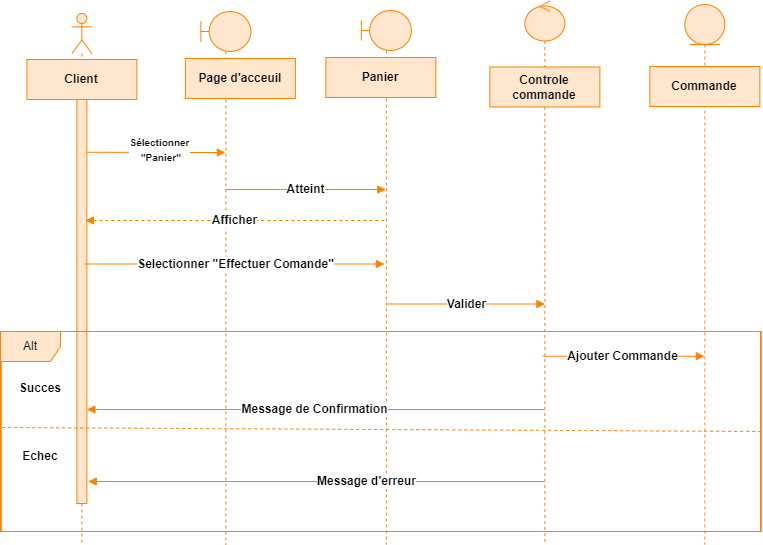
Before: images/Effectuer une commande d.png, a diagram exported from draw.io (alizhassane/pfe). Source tidied: cells renumbered, new cells last; positions are measured from the earlier drawing's top-left corner, leaving out a move shared by most shapes.
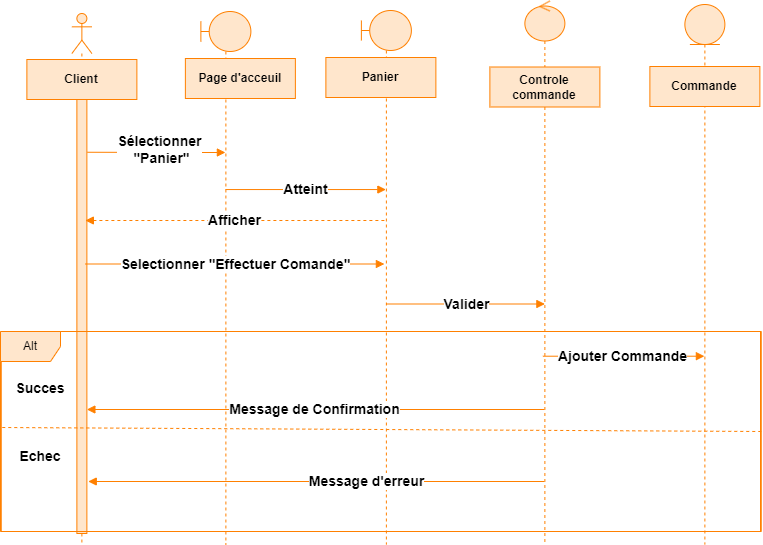
The same diagram one commit later.

The edit, as a diff of the source:
```diff
@@ -6,7 +6,7 @@
       <mxGeometry x="71.4" y="13" width="20" height="531" as="geometry" />
     </mxCell>
     <mxCell id="3" style="html=1;perimeter=orthogonalPerimeter;targetShapes=umlLifeline;newEdgeStyle={&quot;curved&quot;:0,&quot;rounded&quot;:0};fillColor=#FFE6CC;strokeColor=#FF8000;align=center;verticalAlign=middle;fontFamily=Helvetica;fontSize=12;fontColor=default;fontStyle=1;" parent="2" vertex="1">
-      <mxGeometry x="5" y="70" width="10" height="420" as="geometry" />
+      <mxGeometry x="5" y="70" width="10" height="450" as="geometry" />
     </mxCell>
     <mxCell id="4" style="shape=umlLifeline;perimeter=lifelinePerimeter;whiteSpace=wrap;html=1;newEdgeStyle={&quot;curved&quot;:0,&quot;rounded&quot;:0};participant=umlBoundary;strokeColor=#FF8000;align=center;verticalAlign=middle;fontFamily=Helvetica;fontSize=12;fontColor=default;fontStyle=1;fillColor=#FFE6CC;" parent="1" vertex="1">
       <mxGeometry x="360.9" y="10" width="50" height="534" as="geometry" />
@@ -35,7 +35,7 @@
     <mxCell id="12" value="Page d'acceuil" style="rounded=0;whiteSpace=wrap;html=1;fillColor=#FFE6CC;strokeColor=#FF8000;align=center;verticalAlign=middle;fontFamily=Helvetica;fontSize=12;fontColor=default;fontStyle=1;" parent="1" vertex="1">
       <mxGeometry x="184.9" y="58" width="110" height="40" as="geometry" />
     </mxCell>
-    <mxCell id="13" value="&lt;span style=&quot;font-size: 10px;&quot;&gt;Sélectionner&lt;/span&gt;&lt;div&gt;&lt;span style=&quot;font-size: 10px;&quot;&gt;&amp;nbsp;&quot;Panier&quot;&lt;/span&gt;&lt;/div&gt;" style="html=1;verticalAlign=middle;endArrow=block;curved=0;rounded=0;strokeColor=#FF8000;align=center;fontFamily=Helvetica;fontSize=12;fontColor=default;fontStyle=1;fillColor=#FFE6CC;" parent="1" edge="1">
+    <mxCell id="13" value="&lt;font style=&quot;font-size: 14px;&quot;&gt;Sélectionner&lt;/font&gt;&lt;div&gt;&lt;font style=&quot;font-size: 14px;&quot;&gt;&amp;nbsp;&quot;Panier&quot;&lt;/font&gt;&lt;/div&gt;" style="html=1;verticalAlign=middle;endArrow=block;curved=0;rounded=0;strokeColor=#FF8000;align=center;fontFamily=Helvetica;fontSize=12;fontColor=default;fontStyle=1;fillColor=#FFE6CC;" parent="1" edge="1">
       <mxGeometry x="0.05" y="3" relative="1" as="geometry">
         <mxPoint x="86.9" y="151.8" as="sourcePoint" />
         <mxPoint x="224.9" y="152" as="targetPoint" />
@@ -44,25 +44,25 @@
         </Array>
       </mxGeometry>
     </mxCell>
-    <mxCell id="14" value="Atteint" style="html=1;verticalAlign=middle;endArrow=block;curved=0;rounded=0;strokeColor=#FF8000;align=center;fontFamily=Helvetica;fontSize=12;fontColor=default;fontStyle=1;fillColor=#FFE6CC;" parent="1" edge="1">
+    <mxCell id="14" value="&lt;font style=&quot;font-size: 14px;&quot;&gt;Atteint&lt;/font&gt;" style="html=1;verticalAlign=middle;endArrow=block;curved=0;rounded=0;strokeColor=#FF8000;align=center;fontFamily=Helvetica;fontSize=12;fontColor=default;fontStyle=1;fillColor=#FFE6CC;" parent="1" edge="1">
       <mxGeometry relative="1" as="geometry">
         <mxPoint x="224.9" y="189.1" as="sourcePoint" />
         <mxPoint x="385.4" y="189.1" as="targetPoint" />
       </mxGeometry>
     </mxCell>
-    <mxCell id="15" value="Afficher" style="html=1;verticalAlign=middle;endArrow=block;curved=0;rounded=0;dashed=1;strokeColor=#FF8000;align=center;fontFamily=Helvetica;fontSize=12;fontColor=default;fontStyle=1;fillColor=#FFE6CC;" parent="1" edge="1">
+    <mxCell id="15" value="&lt;font style=&quot;font-size: 14px;&quot;&gt;Afficher&lt;/font&gt;" style="html=1;verticalAlign=middle;endArrow=block;curved=0;rounded=0;dashed=1;strokeColor=#FF8000;align=center;fontFamily=Helvetica;fontSize=12;fontColor=default;fontStyle=1;fillColor=#FFE6CC;" parent="1" edge="1">
       <mxGeometry relative="1" as="geometry">
         <mxPoint x="383.9" y="220" as="sourcePoint" />
         <mxPoint x="84.9" y="220" as="targetPoint" />
       </mxGeometry>
     </mxCell>
-    <mxCell id="16" value="Selectionner &quot;Effectuer Comande&quot;" style="html=1;verticalAlign=middle;endArrow=block;curved=0;rounded=0;strokeColor=#FF8000;align=center;fontFamily=Helvetica;fontSize=12;fontColor=default;fontStyle=1;fillColor=#FFE6CC;" parent="1" edge="1">
+    <mxCell id="16" value="&lt;font style=&quot;font-size: 14px;&quot;&gt;Selectionner &quot;Effectuer Comande&quot;&lt;/font&gt;" style="html=1;verticalAlign=middle;endArrow=block;curved=0;rounded=0;strokeColor=#FF8000;align=center;fontFamily=Helvetica;fontSize=12;fontColor=default;fontStyle=1;fillColor=#FFE6CC;" parent="1" edge="1">
       <mxGeometry relative="1" as="geometry">
         <mxPoint x="84.9" y="263.5" as="sourcePoint" />
         <mxPoint x="383.9" y="263.5" as="targetPoint" />
       </mxGeometry>
     </mxCell>
-    <mxCell id="17" value="Valider" style="html=1;verticalAlign=middle;endArrow=block;curved=0;rounded=0;strokeColor=#FF8000;align=center;fontFamily=Helvetica;fontSize=12;fontColor=default;fontStyle=1;fillColor=#FFE6CC;" parent="1" edge="1">
+    <mxCell id="17" value="&lt;font style=&quot;font-size: 14px;&quot;&gt;Valider&lt;/font&gt;" style="html=1;verticalAlign=middle;endArrow=block;curved=0;rounded=0;strokeColor=#FF8000;align=center;fontFamily=Helvetica;fontSize=12;fontColor=default;fontStyle=1;fillColor=#FFE6CC;" parent="1" edge="1">
       <mxGeometry relative="1" as="geometry">
         <mxPoint x="385.9" y="303.5" as="sourcePoint" />
         <mxPoint x="544.4" y="303.5" as="targetPoint" />
@@ -71,23 +71,23 @@
     <mxCell id="18" style="swimlane;startSize=0;strokeColor=#FF8000;align=center;verticalAlign=middle;fontFamily=Helvetica;fontSize=12;fontColor=default;fontStyle=1;fillColor=#FFE6CC;" parent="1" vertex="1">
       <mxGeometry x="0.8" y="331" width="760" height="200" as="geometry" />
     </mxCell>
-    <mxCell id="19" value="Message d'erreur" style="html=1;verticalAlign=middle;endArrow=block;curved=0;rounded=0;strokeColor=#FF8000;align=center;fontFamily=Helvetica;fontSize=12;fontColor=default;fontStyle=1;fillColor=#FFE6CC;" parent="18" edge="1" source="7">
+    <mxCell id="19" value="&lt;font style=&quot;font-size: 14px;&quot;&gt;Message d'erreur&lt;/font&gt;" style="html=1;verticalAlign=middle;endArrow=block;curved=0;rounded=0;strokeColor=#FF8000;align=center;fontFamily=Helvetica;fontSize=12;fontColor=default;fontStyle=1;fillColor=#FFE6CC;" parent="18" edge="1" source="7">
       <mxGeometry x="-0.22" relative="1" as="geometry">
         <mxPoint x="87" y="150" as="targetPoint" />
       </mxGeometry>
     </mxCell>
-    <mxCell id="20" value="&lt;b&gt;Succes&lt;/b&gt;" style="text;html=1;align=center;verticalAlign=middle;whiteSpace=wrap;rounded=0;fontFamily=Helvetica;fontSize=12;fontColor=default;fontStyle=1;" parent="18" vertex="1">
+    <mxCell id="20" value="&lt;b&gt;&lt;font style=&quot;font-size: 14px;&quot;&gt;Succes&lt;/font&gt;&lt;/b&gt;" style="text;html=1;align=center;verticalAlign=middle;whiteSpace=wrap;rounded=0;fontFamily=Helvetica;fontSize=12;fontColor=default;fontStyle=1;" parent="18" vertex="1">
       <mxGeometry x="9.2" y="42" width="60" height="30" as="geometry" />
     </mxCell>
-    <mxCell id="21" value="Echec" style="text;html=1;align=center;verticalAlign=middle;whiteSpace=wrap;rounded=0;fontFamily=Helvetica;fontSize=12;fontColor=default;fontStyle=1;" parent="18" vertex="1">
+    <mxCell id="21" value="&lt;font style=&quot;font-size: 14px;&quot;&gt;Echec&lt;/font&gt;" style="text;html=1;align=center;verticalAlign=middle;whiteSpace=wrap;rounded=0;fontFamily=Helvetica;fontSize=12;fontColor=default;fontStyle=1;" parent="18" vertex="1">
       <mxGeometry x="9.2" y="110" width="60" height="30" as="geometry" />
     </mxCell>
-    <mxCell id="22" value="Ajouter Commande" style="html=1;verticalAlign=middle;endArrow=block;curved=0;rounded=0;strokeColor=#FF8000;align=center;fontFamily=Helvetica;fontSize=12;fontColor=default;fontStyle=1;fillColor=#FFE6CC;" parent="18" edge="1" source="7">
+    <mxCell id="22" value="&lt;font style=&quot;font-size: 14px;&quot;&gt;Ajouter Commande&lt;/font&gt;" style="html=1;verticalAlign=middle;endArrow=block;curved=0;rounded=0;strokeColor=#FF8000;align=center;fontFamily=Helvetica;fontSize=12;fontColor=default;fontStyle=1;fillColor=#FFE6CC;" parent="18" edge="1" source="7">
       <mxGeometry relative="1" as="geometry">
         <mxPoint x="703.1" y="24.7" as="targetPoint" />
       </mxGeometry>
     </mxCell>
-    <mxCell id="23" value="Message de Confirmation" style="html=1;verticalAlign=middle;endArrow=block;curved=0;rounded=0;strokeColor=#FF8000;align=center;fontFamily=Helvetica;fontSize=12;fontColor=default;fontStyle=1;fillColor=#FFE6CC;" parent="18" edge="1">
+    <mxCell id="23" value="&lt;font style=&quot;font-size: 14px;&quot;&gt;Message de Confirmation&lt;/font&gt;" style="html=1;verticalAlign=middle;endArrow=block;curved=0;rounded=0;strokeColor=#FF8000;align=center;fontFamily=Helvetica;fontSize=12;fontColor=default;fontStyle=1;fillColor=#FFE6CC;" parent="18" edge="1">
       <mxGeometry relative="1" as="geometry">
         <mxPoint x="543.1" y="78" as="sourcePoint" />
         <mxPoint x="85.6" y="78" as="targetPoint" />
```
